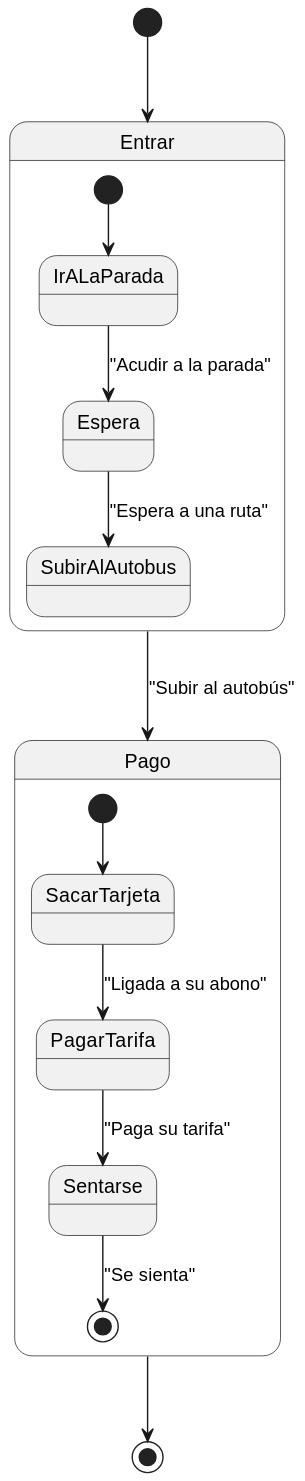
Ingenieria-Informatica-UNEATLANTICO/app-actividad-post-parcial-AndrextA keeps this PlantUML diagram as images/parcial/Diagrama_de_Estados_Usuario.svg. Above is the earlier version.
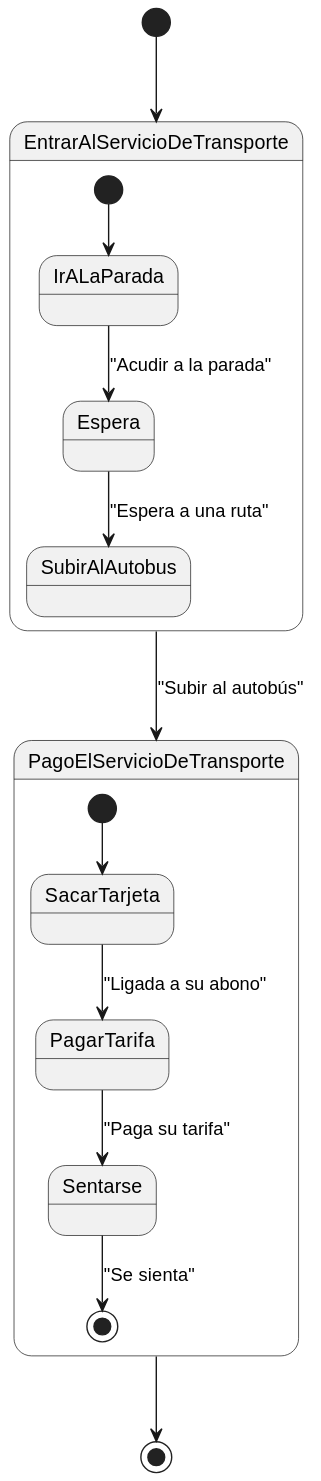
The same file after the commit.

Commit message:
fix: diagrams as in the exam

What changed in the source:
```diff
@@ -1,22 +1,22 @@
 @startuml
 skinparam defaultTextAlignment center
 
-[*] --> Entrar
+[*] --> EntrarAlServicioDeTransporte
 
-state Entrar {
+state EntrarAlServicioDeTransporte {
   [*] --> IrALaParada
   IrALaParada --> Espera : "Acudir a la parada"
   Espera --> SubirAlAutobus : "Espera a una ruta"
 }
 
-Entrar --> Pago : "Subir al autobús"
+EntrarAlServicioDeTransporte --> PagoElServicioDeTransporte : "Subir al autobús"
 
-state Pago {
+state PagoElServicioDeTransporte {
   [*] --> SacarTarjeta
   SacarTarjeta --> PagarTarifa : "Ligada a su abono"
   PagarTarifa --> Sentarse : "Paga su tarifa"
   Sentarse --> [*] : "Se sienta"
 }
 
-Pago --> [*]
+PagoElServicioDeTransporte --> [*]
 @enduml
```
